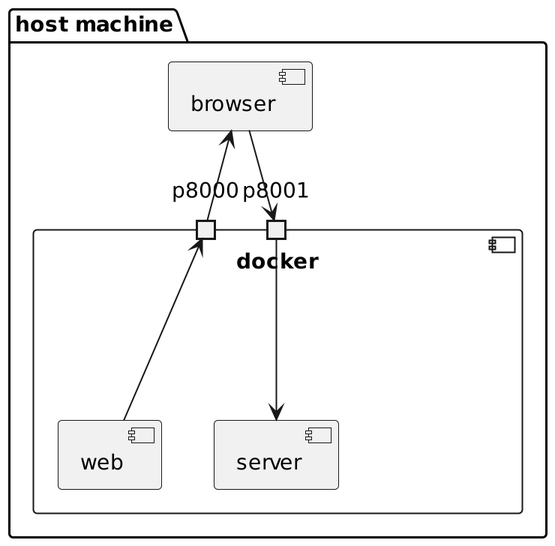
kokhoui83/practical-docker-101-workshop keeps this PlantUML diagram as docs/diagrams/out/architecture_overview/architecture_overview.png. Above is the earlier version. The source it was exported from:
```plantuml
@startuml
scale 2
package "host machine" {
    [browser]

    component "docker" {
        port p8000
        port p8001
        [server]
        [web]
    }
}


browser <-- p8000
p8000 <--- web
browser --> p8001
p8001 --> server
@enduml
```
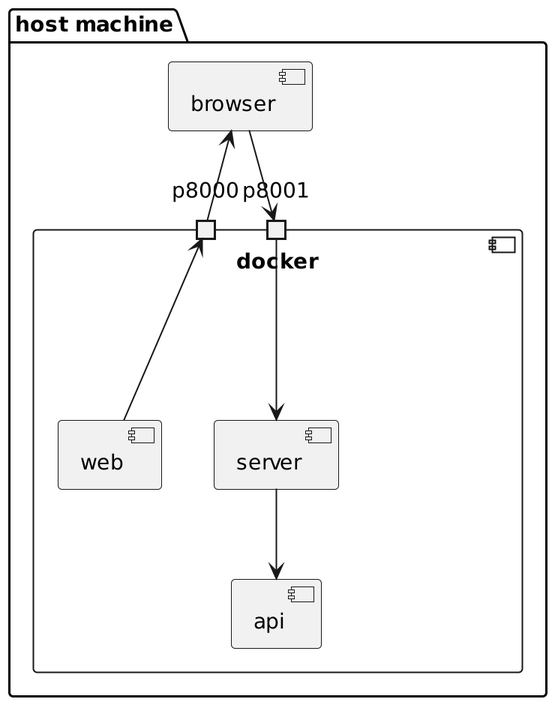
The same diagram one commit later.

Commit message:
update readme and diagram - include api service server

Change to the diagram source:
```diff
@@ -6,6 +6,7 @@
     component "docker" {
         port p8000
         port p8001
+        [api]
         [server]
         [web]
     }
@@ -16,4 +17,5 @@
 p8000 <--- web
 browser --> p8001
 p8001 --> server
+server --> api
 @enduml
```
